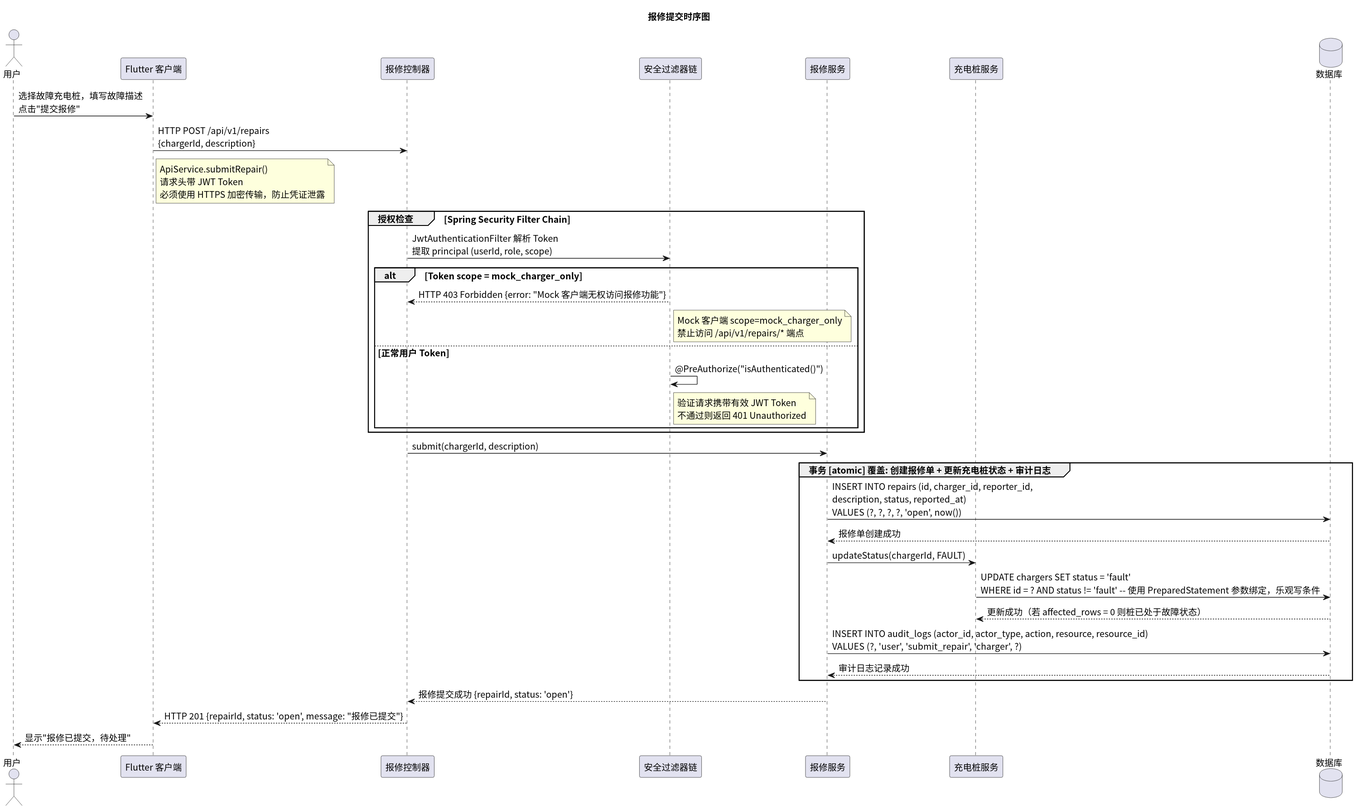
This is time/img/sequence_repair_submit.svg from greenhandzdl/charging-station-doc, a PlantUML export, as it was before one commit.
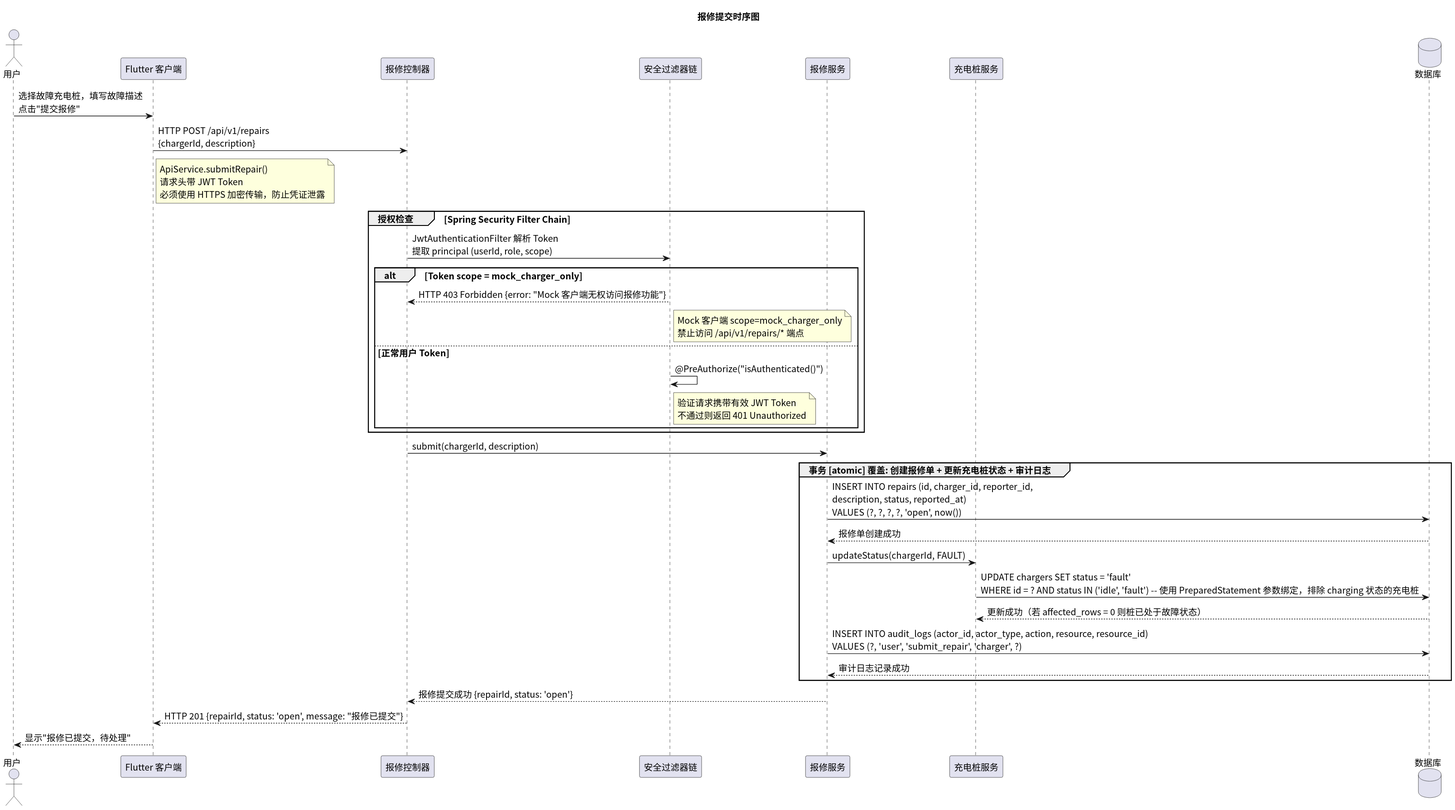
The same diagram one commit later.

Change to the diagram source:
```diff
@@ -34,7 +34,7 @@
   DB --> RS: 报修单创建成功
 
   RS -> CS: updateStatus(chargerId, FAULT)
-  CS -> DB: UPDATE chargers SET status = 'fault'\nWHERE id = ? AND status != 'fault' -- 使用 PreparedStatement 参数绑定，乐观写条件
+  CS -> DB: UPDATE chargers SET status = 'fault'\nWHERE id = ? AND status IN ('idle', 'fault') -- 使用 PreparedStatement 参数绑定，排除 charging 状态的充电桩
   DB --> CS: 更新成功（若 affected_rows = 0 则桩已处于故障状态）
 
   RS -> DB: INSERT INTO audit_logs (actor_id, actor_type, action, resource, resource_id)\nVALUES (?, 'user', 'submit_repair', 'charger', ?)
```
